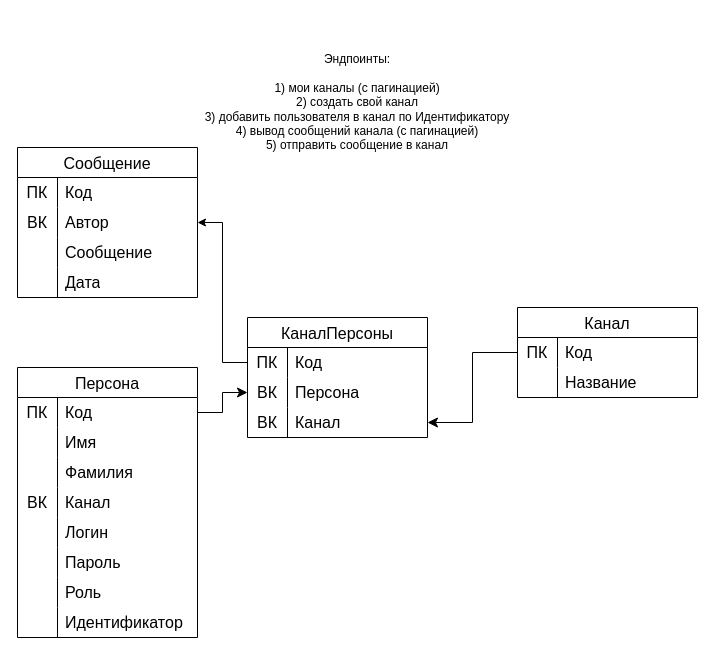
Earlier version of the draw.io diagram docs/database/Диаграмма без названия.drawio (AbominablePutridity/JCoreMessenger). Source tidied: cells renumbered, new cells numbered last; positions are measured from the earlier drawing's top-left corner, leaving out a move shared by most shapes. Both pictures are drawn from the tidied source at 100%, with x=0, y=0 at pixel (17, 17).
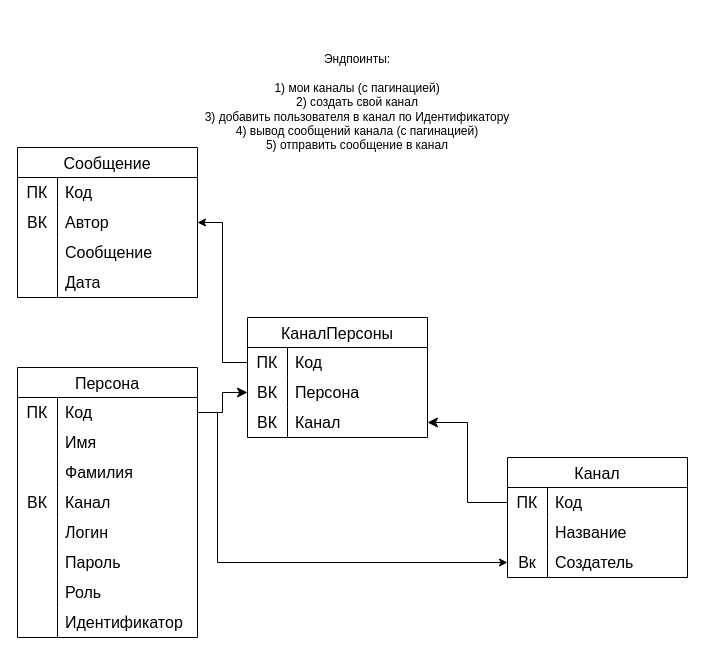
The same page after the edit.

The change refers to these unchanged cells:
```xml
<mxCell id="3" style="shape=tableRow;horizontal=0;startSize=0;swimlaneHead=0;swimlaneBody=0;top=0;left=0;bottom=0;right=0;fillColor=none;points=[[0,0.5],[1,0.5]];portConstraint=eastwest;strokeColor=inherit;fontSize=16;" parent="2" vertex="1">
  <mxGeometry y="30" width="180" height="30" as="geometry" />
</mxCell>
```

Change to the diagram source:
```diff
@@
     <mxCell id="27" value="Канал" style="shape=table;startSize=30;childLayout=tableLayout;rowLines=0;fontStyle=0;strokeColor=default;fontSize=16;" parent="1" vertex="1">
-      <mxGeometry x="500" y="290" width="180" height="90" as="geometry" />
+      <mxGeometry x="490" y="440" width="180" height="120" as="geometry" />
     </mxCell>
@@
+    <mxCell id="61" style="shape=tableRow;horizontal=0;startSize=0;swimlaneHead=0;swimlaneBody=0;top=0;left=0;bottom=0;right=0;fillColor=none;points=[[0,0.5],[1,0.5]];portConstraint=eastwest;strokeColor=inherit;fontSize=16;" parent="27" vertex="1">
+      <mxGeometry y="90" width="180" height="30" as="geometry" />
+    </mxCell>
+    <mxCell id="62" value="Вк" style="shape=partialRectangle;html=1;whiteSpace=wrap;fillColor=none;top=0;left=0;bottom=0;right=0;overflow=hidden;strokeColor=inherit;fontSize=16;" parent="61" vertex="1">
+      <mxGeometry width="40" height="30" as="geometry" />
+    </mxCell>
+    <mxCell id="63" value="Создатель" style="shape=partialRectangle;html=1;whiteSpace=wrap;fillColor=none;top=0;left=0;bottom=0;right=0;align=left;spacingLeft=6;overflow=hidden;strokeColor=inherit;fontSize=16;" parent="61" vertex="1">
+      <mxGeometry x="40" width="140" height="30" as="geometry" />
+    </mxCell>
@@
+    <mxCell id="64" style="edgeStyle=orthogonalEdgeStyle;rounded=0;jettySize=auto;html=1;entryX=0;entryY=0.5;entryDx=0;entryDy=0;" parent="1" edge="1" source="3" target="61">
+      <mxGeometry relative="1" as="geometry">
+        <Array as="points">
+          <mxPoint x="200" y="395" />
+          <mxPoint x="200" y="545" />
+        </Array>
+      </mxGeometry>
+    </mxCell>
```
